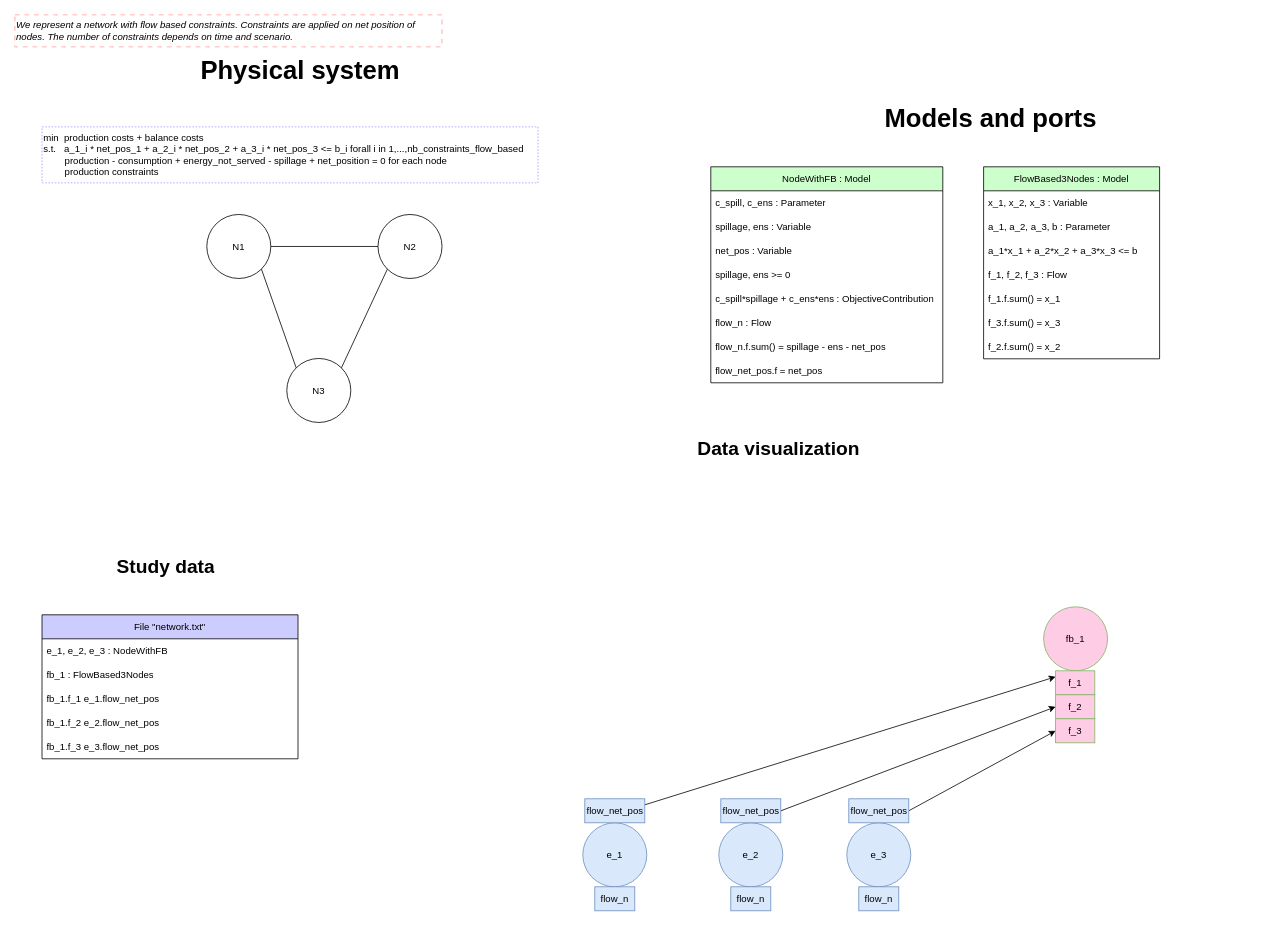
AntaresSimulatorTeam/andromede-modeling-prototype keeps this draw.io diagram as page "fb_on_net_positions_1" (2 of 4) of models-design/systems/flow_based.drawio. Above is the earlier version. Source tidied: cells renumbered, new cells numbered last; positions are measured from the earlier drawing's top-left corner, leaving out a move shared by most shapes. Both pictures are drawn from the tidied source at 80%, with x=0, y=0 at pixel (14, 14).
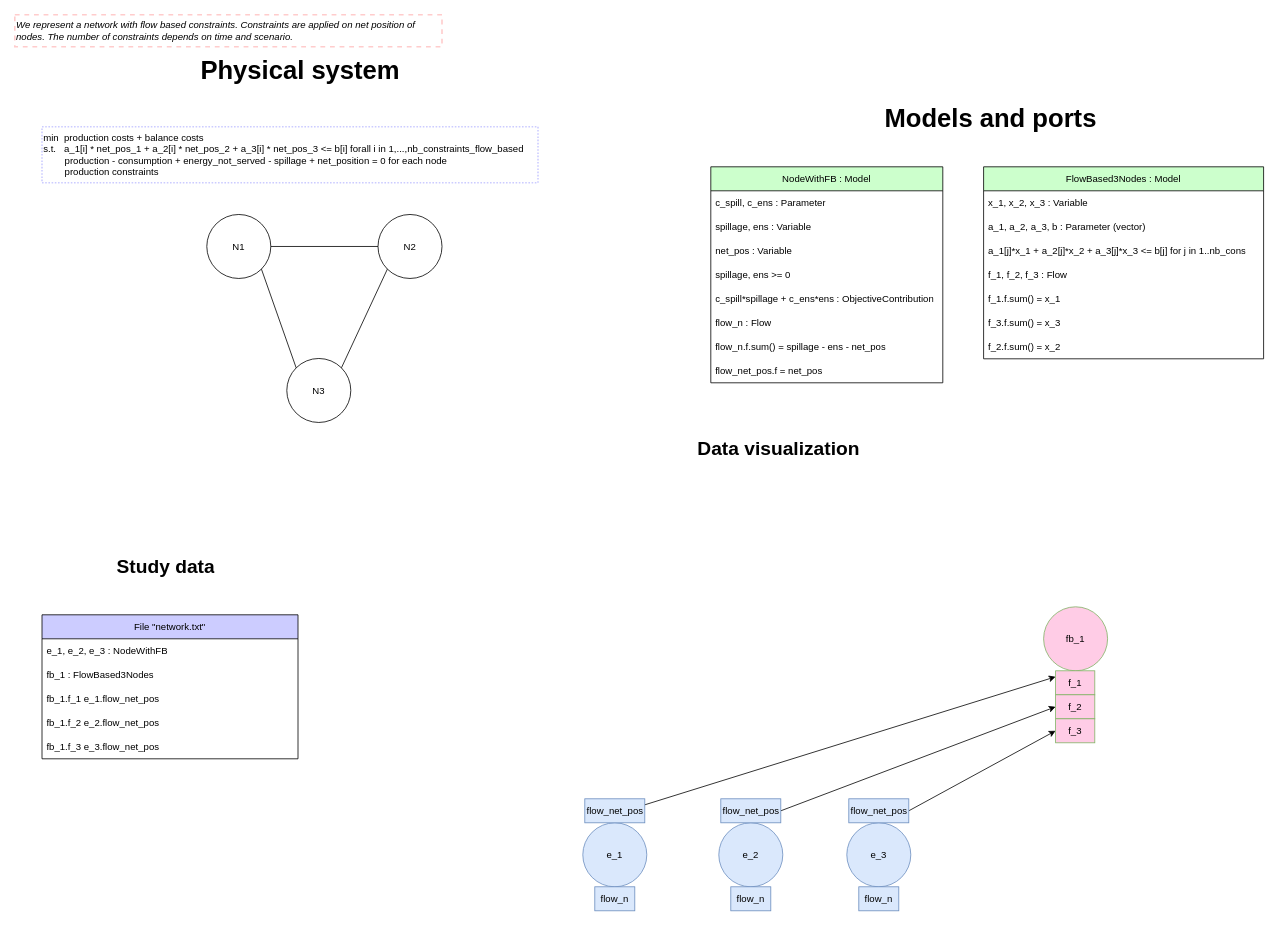
The same page after the edit.

Diff of the diagram source:
```diff
@@
     <mxCell id="34" value="FlowBased3Nodes : Model" style="swimlane;fontStyle=0;horizontal=1;startSize=30;whiteSpace=wrap;html=1;fillColor=#CCFFCC;" parent="1" vertex="1">
-      <mxGeometry x="1211" y="190" width="220" height="240" as="geometry" />
+      <mxGeometry x="1211" y="190" width="350" height="240" as="geometry" />
     </mxCell>
     <mxCell id="35" value="x_1, x_2, x_3 : Variable" style="text;strokeColor=none;fillColor=none;align=left;verticalAlign=middle;spacingLeft=4;spacingRight=4;overflow=hidden;whiteSpace=wrap;html=1;" parent="34" vertex="1">
-      <mxGeometry y="30" width="220" height="30" as="geometry" />
+      <mxGeometry y="30" width="350" height="30" as="geometry" />
     </mxCell>
-    <mxCell id="36" value="a_1, a_2, a_3, b : Parameter" style="text;strokeColor=none;fillColor=none;align=left;verticalAlign=middle;spacingLeft=4;spacingRight=4;overflow=hidden;whiteSpace=wrap;html=1;" parent="34" vertex="1">
-      <mxGeometry y="60" width="220" height="30" as="geometry" />
+    <mxCell id="36" value="a_1, a_2, a_3, b : Parameter (vector)" style="text;strokeColor=none;fillColor=none;align=left;verticalAlign=middle;spacingLeft=4;spacingRight=4;overflow=hidden;whiteSpace=wrap;html=1;" parent="34" vertex="1">
+      <mxGeometry y="60" width="350" height="30" as="geometry" />
     </mxCell>
-    <mxCell id="37" value="a_1*x_1 + a_2*x_2 + a_3*x_3 &amp;lt;= b" style="text;strokeColor=none;fillColor=none;align=left;verticalAlign=middle;spacingLeft=4;spacingRight=4;overflow=hidden;whiteSpace=wrap;html=1;" parent="34" vertex="1">
-      <mxGeometry y="90" width="220" height="30" as="geometry" />
+    <mxCell id="37" value="a_1[j]*x_1 + a_2[j]*x_2 + a_3[j]*x_3 &amp;lt;= b[j] for j in 1..nb_cons" style="text;strokeColor=none;fillColor=none;align=left;verticalAlign=middle;spacingLeft=4;spacingRight=4;overflow=hidden;whiteSpace=wrap;html=1;" parent="34" vertex="1">
+      <mxGeometry y="90" width="350" height="30" as="geometry" />
     </mxCell>
     <mxCell id="38" value="f_1, f_2, f_3 : Flow" style="text;strokeColor=none;fillColor=none;align=left;verticalAlign=middle;spacingLeft=4;spacingRight=4;overflow=hidden;whiteSpace=wrap;html=1;" parent="34" vertex="1">
-      <mxGeometry y="120" width="220" height="30" as="geometry" />
+      <mxGeometry y="120" width="350" height="30" as="geometry" />
     </mxCell>
     <mxCell id="39" value="f_1.f.sum() = x_1" style="text;strokeColor=none;fillColor=none;align=left;verticalAlign=middle;spacingLeft=4;spacingRight=4;overflow=hidden;whiteSpace=wrap;html=1;" parent="34" vertex="1">
-      <mxGeometry y="150" width="220" height="30" as="geometry" />
+      <mxGeometry y="150" width="350" height="30" as="geometry" />
     </mxCell>
     <mxCell id="40" value="f_3.f.sum() = x_3" style="text;strokeColor=none;fillColor=none;align=left;verticalAlign=middle;spacingLeft=4;spacingRight=4;overflow=hidden;whiteSpace=wrap;html=1;" parent="34" vertex="1">
-      <mxGeometry y="180" width="220" height="30" as="geometry" />
+      <mxGeometry y="180" width="350" height="30" as="geometry" />
     </mxCell>
     <mxCell id="41" value="f_2.f.sum() = x_2" style="text;strokeColor=none;fillColor=none;align=left;verticalAlign=middle;spacingLeft=4;spacingRight=4;overflow=hidden;whiteSpace=wrap;html=1;" parent="34" vertex="1">
-      <mxGeometry y="210" width="220" height="30" as="geometry" />
+      <mxGeometry y="210" width="350" height="30" as="geometry" />
     </mxCell>
@@
-    <mxCell id="43" value="min&amp;nbsp;&amp;nbsp;&lt;span style=&quot;&quot;&gt;&lt;/span&gt;production costs + balance costs&lt;br&gt;s.t.&amp;nbsp;&lt;span style=&quot;&quot;&gt;&amp;nbsp; a_1_i * net_pos_1 + a_2_i * net_pos_2 + a_3_i * net_pos_3 &amp;lt;= b_i forall i in 1,...,nb_constraints_flow_based&lt;/span&gt;&amp;nbsp; &amp;nbsp;&lt;br&gt;&lt;span style=&quot;&quot;&gt;&#9;&lt;/span&gt;&lt;span style=&quot;white-space: pre;&quot;&gt;&#9;&lt;/span&gt;production - consumption + energy_not_served - spillage + net_position = 0 for each node&lt;br&gt;&lt;span style=&quot;&quot;&gt;&#9;&lt;/span&gt;&lt;span style=&quot;white-space: pre;&quot;&gt;&#9;&lt;/span&gt;production constraints" style="text;html=1;strokeColor=#CCCCFF;fillColor=none;align=left;verticalAlign=middle;whiteSpace=wrap;rounded=0;dashed=1;dashPattern=1 1;strokeWidth=2;" parent="1" vertex="1">
+    <mxCell id="43" value="min&amp;nbsp;&amp;nbsp;&lt;span style=&quot;&quot;&gt;&lt;/span&gt;production costs + balance costs&lt;br&gt;s.t.&amp;nbsp;&lt;span style=&quot;&quot;&gt;&amp;nbsp; a_1[i] * net_pos_1 + a_2[i] * net_pos_2 + a_3[i] * net_pos_3 &amp;lt;= b[i] forall i in 1,...,nb_constraints_flow_based&lt;/span&gt;&amp;nbsp; &amp;nbsp;&lt;br&gt;&lt;span style=&quot;&quot;&gt;&#9;&lt;/span&gt;&lt;span style=&quot;white-space: pre;&quot;&gt;&#9;&lt;/span&gt;production - consumption + energy_not_served - spillage + net_position = 0 for each node&lt;br&gt;&lt;span style=&quot;&quot;&gt;&#9;&lt;/span&gt;&lt;span style=&quot;white-space: pre;&quot;&gt;&#9;&lt;/span&gt;production constraints" style="text;html=1;strokeColor=#CCCCFF;fillColor=none;align=left;verticalAlign=middle;whiteSpace=wrap;rounded=0;dashed=1;dashPattern=1 1;strokeWidth=2;" parent="1" vertex="1">
       <mxGeometry x="34" y="140" width="620" height="70" as="geometry" />
     </mxCell>
```
